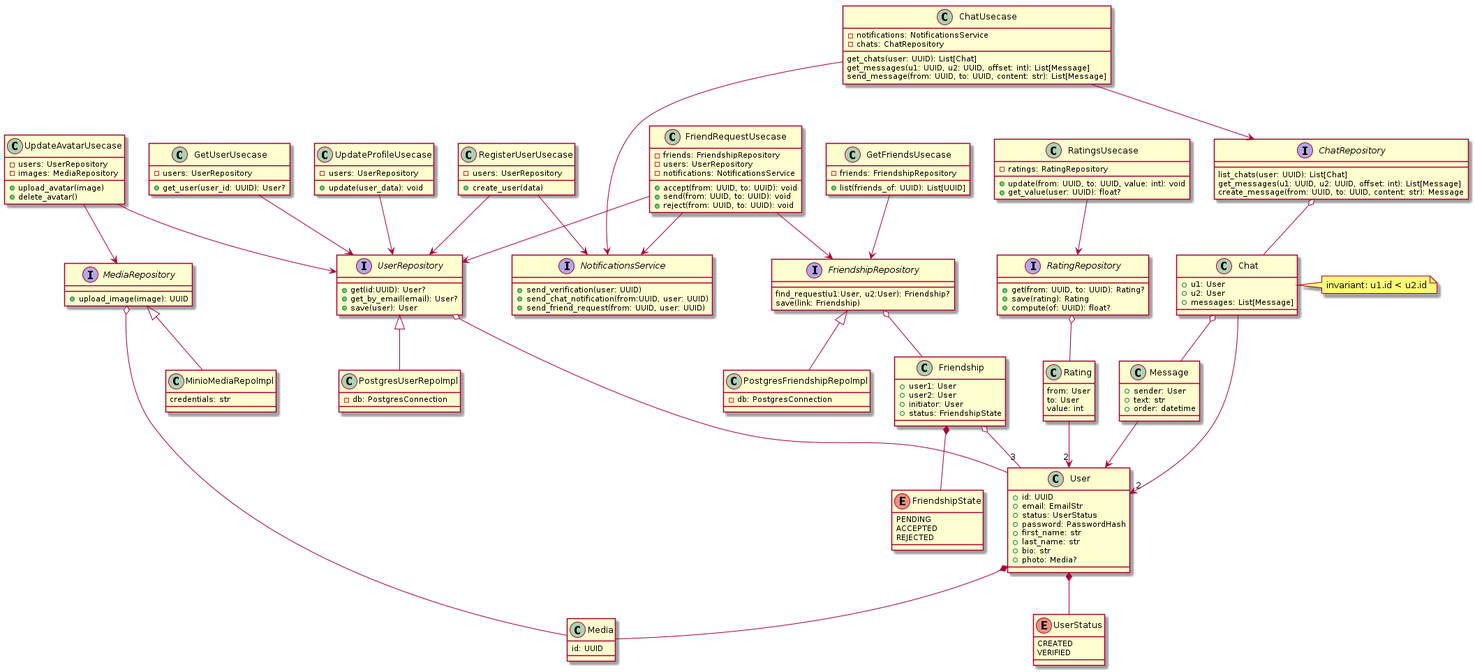
This is classes.png from kluchi/diagrams, a PlantUML export, as it was before one commit.
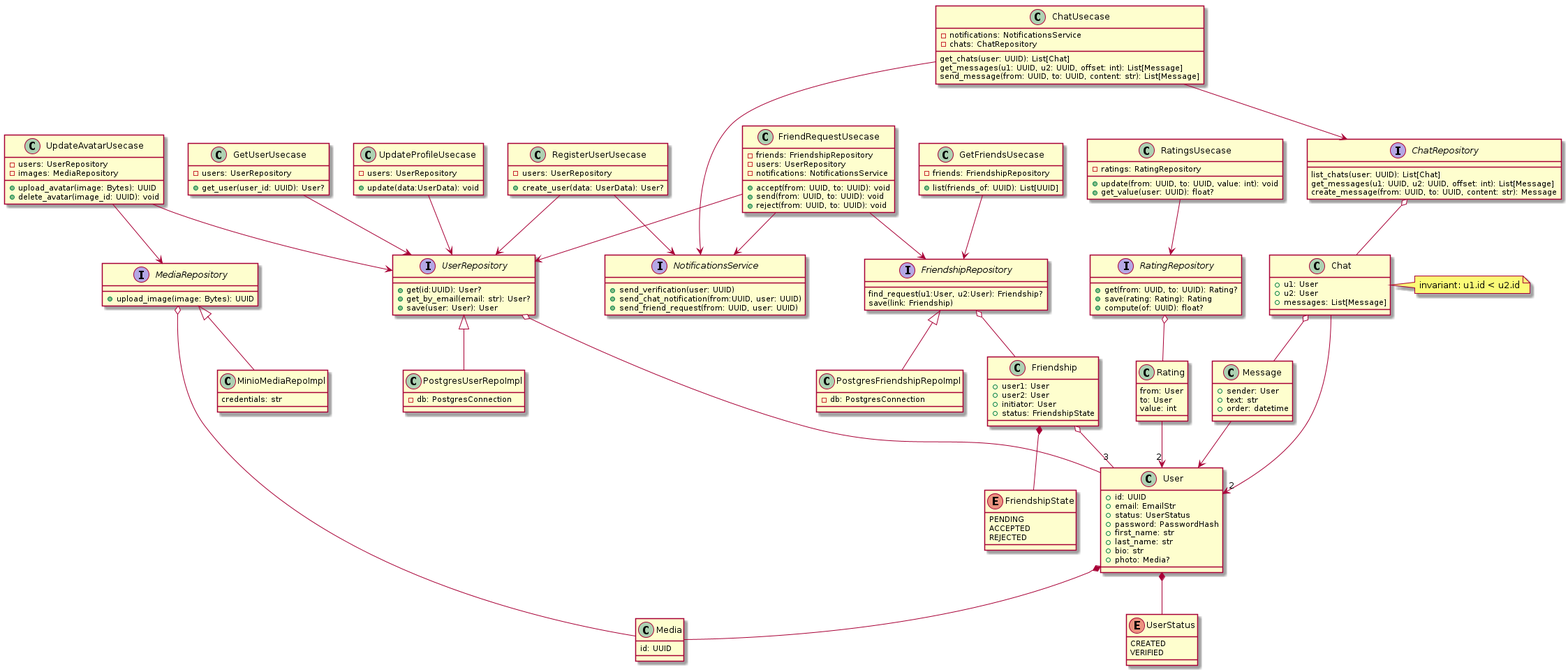
The same file after the commit.

The edit, as a diff of the source:
```diff
@@ -2,7 +2,7 @@
 
 class RegisterUserUsecase {
     - users: UserRepository
-    + create_user(data)
+    + create_user(data: UserData): User?
 }
 RegisterUserUsecase --> UserRepository
 
@@ -15,7 +15,7 @@
 
 class UpdateProfileUsecase {
     - users: UserRepository
-    + update(user_data): void
+    + update(data:UserData): void
 }
 UpdateProfileUsecase --> UserRepository
 
@@ -23,8 +23,8 @@
 class UpdateAvatarUsecase {
     - users: UserRepository
     - images: MediaRepository
-    + upload_avatar(image)
-    + delete_avatar()
+    + upload_avatar(image: Bytes): UUID
+    + delete_avatar(image_id: UUID): void
 }
 UpdateAvatarUsecase --> UserRepository
 UpdateAvatarUsecase --> MediaRepository
@@ -56,8 +56,8 @@
 
 interface UserRepository {
     + get(id:UUID): User?
-    + get_by_email(email): User?
-    + save(user): User
+    + get_by_email(email: str): User?
+    + save(user: User): User
 }
 
 
@@ -70,7 +70,7 @@
 PostgresUserRepoImpl -u-|> UserRepository
 
 interface MediaRepository {
-    + upload_image(image): UUID
+    + upload_image(image: Bytes): UUID
 }
 
 MediaRepository o-- Media
@@ -154,7 +154,7 @@
 
 interface RatingRepository {
     + get(from: UUID, to: UUID): Rating?
-    + save(rating): Rating
+    + save(rating: Rating): Rating
     + compute(of: UUID): float?
 }
 
```
